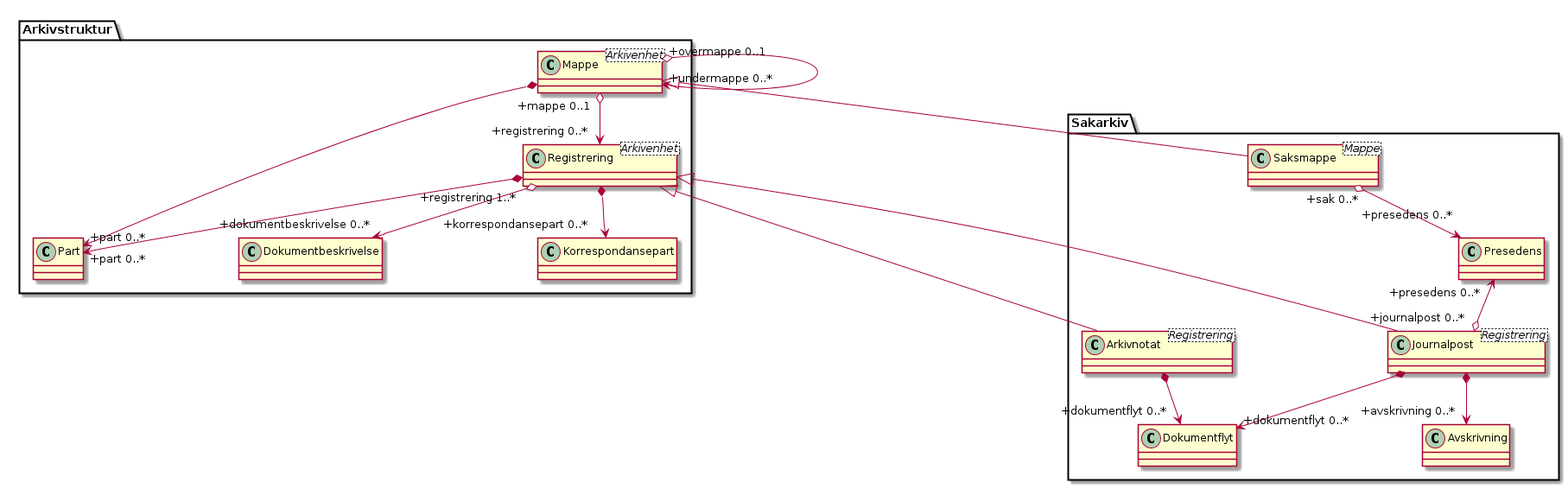
Before: kapitler/media/uml-sakarkiv-entiteter.png, a diagram exported from PlantUML (arkivverket/noark5-tjenestegrensesnitt-standard).
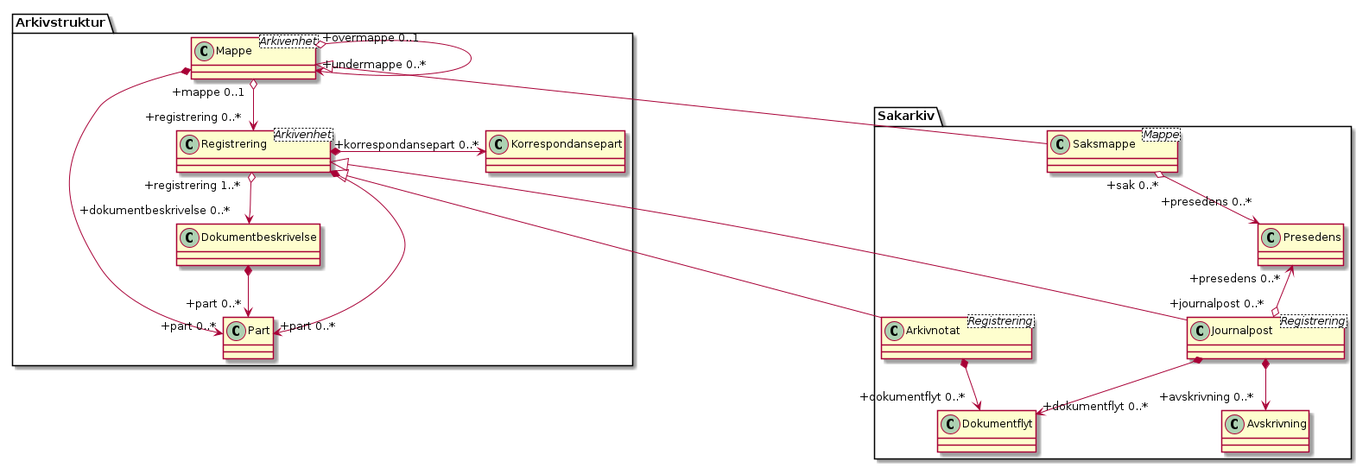
Later version of the same file.

Diff of the diagram source:
```diff
@@ -16,10 +16,11 @@
 Arkivstruktur.Mappe "+overmappe 0..1" o--> "+undermappe 0..*" Arkivstruktur.Mappe
 Arkivstruktur.Mappe *--> "+part 0..*" Arkivstruktur.Part
 Arkivstruktur.Registrering *--> "+part 0..*" Arkivstruktur.Part
+Arkivstruktur.Dokumentbeskrivelse *--> "+part 0..*" Arkivstruktur.Part
 Sakarkiv.Saksmappe "+sak 0..*" o--> "+presedens 0..*\n" Sakarkiv.Presedens
 Sakarkiv.Presedens "+presedens 0..*" <--o  "+journalpost 0..*" Sakarkiv.Journalpost
 
-Arkivstruktur.Registrering *--> "+korrespondansepart 0..*" Arkivstruktur.Korrespondansepart
+Arkivstruktur.Registrering *-> "+korrespondansepart 0..*" Arkivstruktur.Korrespondansepart
 Sakarkiv.Journalpost *--> "+avskrivning 0..*" Sakarkiv.Avskrivning
 Sakarkiv.Journalpost *--> "+dokumentflyt 0..*" Sakarkiv.Dokumentflyt
 Sakarkiv.Arkivnotat *--> "+dokumentflyt 0..*" Sakarkiv.Dokumentflyt
```
